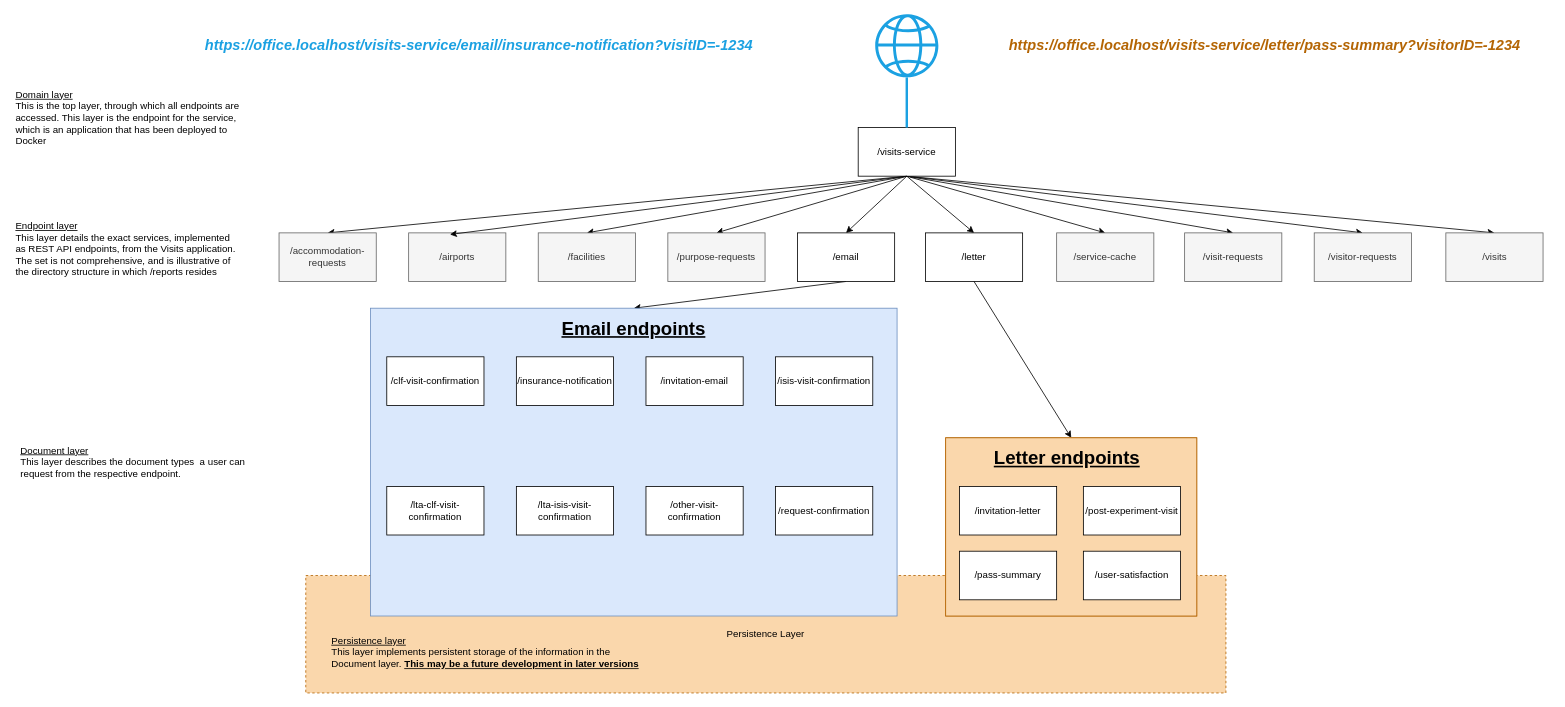
ambolt314/FinalProjectDesign keeps this draw.io diagram as Service URL hierarchy.drawio. Above is the earlier version. Source tidied: cells renumbered, new cells numbered last; positions are measured from the earlier drawing's top-left corner, leaving out a move shared by most shapes. Both pictures are drawn from the tidied source at 81%, with x=0, y=0 at pixel (14, 14).
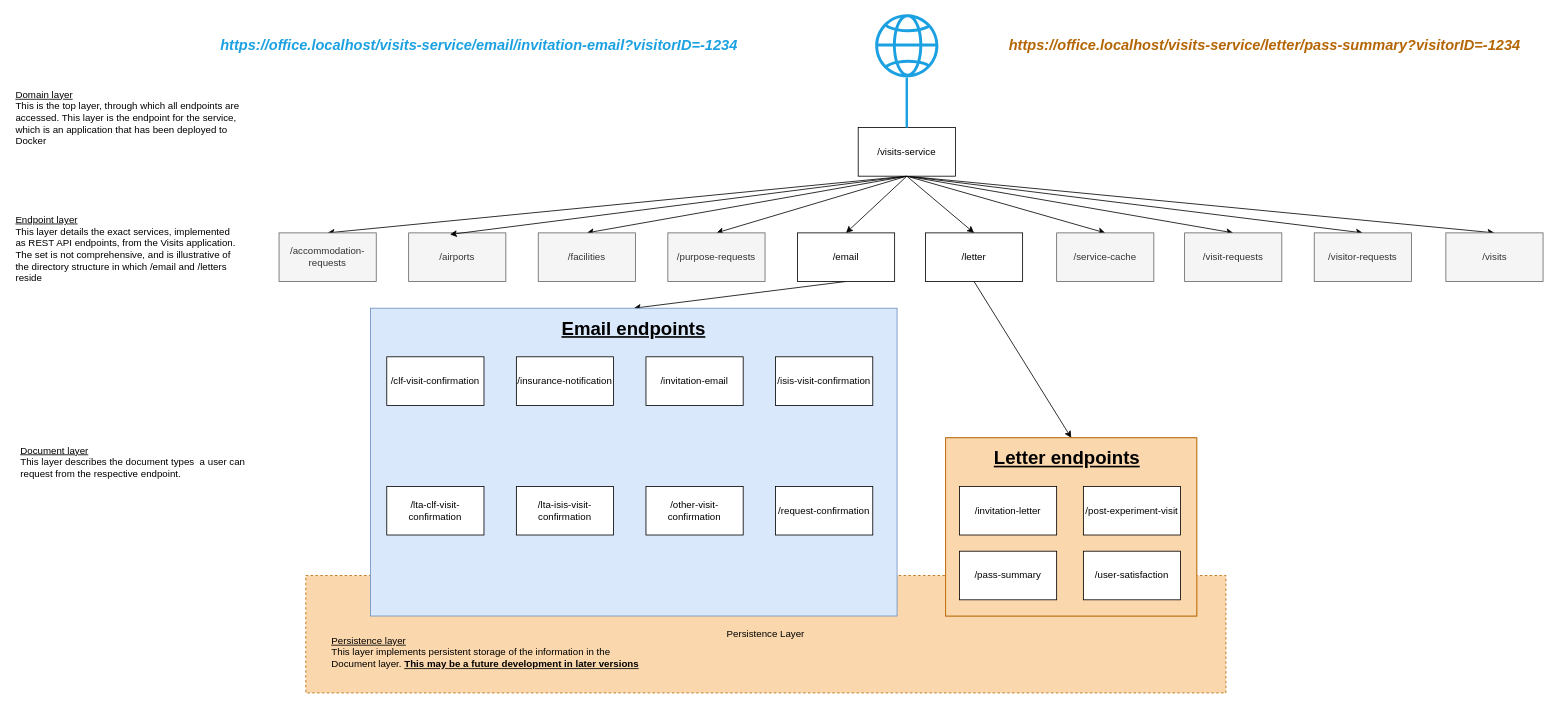
After the change.

Change to the diagram source:
```diff
@@
-    <mxCell id="22" value="&lt;u&gt;Endpoint layer&lt;/u&gt;&lt;div align=&quot;left&quot;&gt;This layer details the exact services, implemented as REST API endpoints, from the Visits application. The set is not comprehensive, and is illustrative of the directory structure in which /reports resides&lt;br&gt;&lt;/div&gt;" style="text;html=1;align=left;verticalAlign=middle;whiteSpace=wrap;rounded=0;" parent="1" vertex="1">
+    <mxCell id="22" value="&lt;u&gt;Endpoint layer&lt;/u&gt;&lt;div align=&quot;left&quot;&gt;This layer details the exact services, implemented as REST API endpoints, from the Visits application. The set is not comprehensive, and is illustrative of the directory structure in which /email and /letters reside&lt;br&gt;&lt;/div&gt;" style="text;html=1;align=left;verticalAlign=middle;whiteSpace=wrap;rounded=0;" parent="1" vertex="1">
       <mxGeometry y="275" width="280" height="30" as="geometry" />
     </mxCell>
-    <mxCell id="23" value="&lt;div align=&quot;center&quot;&gt;&lt;font color=&quot;#1ba1e2&quot;&gt;&lt;i&gt;&lt;font style=&quot;font-size: 18px;&quot;&gt;&lt;b&gt;https://office.localhost/visits-service/email/insurance-notification?visitID=-1234&lt;/b&gt;&lt;/font&gt;&lt;/i&gt;&lt;/font&gt;&lt;/div&gt;" style="text;html=1;align=center;verticalAlign=middle;whiteSpace=wrap;rounded=0;" parent="1" vertex="1">
+    <mxCell id="23" value="&lt;div align=&quot;center&quot;&gt;&lt;font color=&quot;#1ba1e2&quot;&gt;&lt;i&gt;&lt;font style=&quot;font-size: 18px;&quot;&gt;&lt;b&gt;https://office.localhost/visits-service/email/invitation-email?visitorID=-1234&lt;/b&gt;&lt;/font&gt;&lt;/i&gt;&lt;/font&gt;&lt;/div&gt;" style="text;html=1;align=center;verticalAlign=middle;whiteSpace=wrap;rounded=0;" parent="1" vertex="1">
       <mxGeometry x="160" y="24" width="828" height="30" as="geometry" />
     </mxCell>
```
